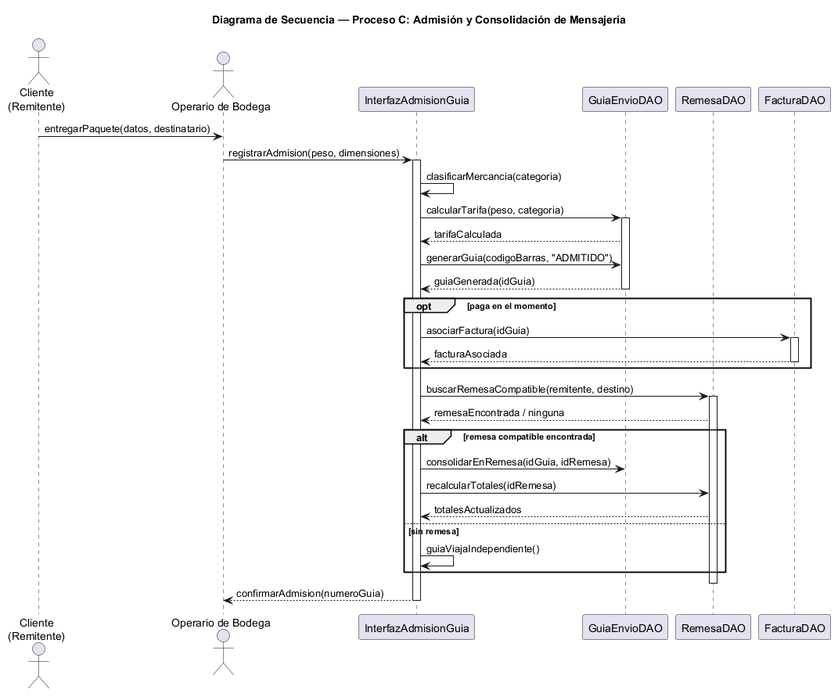
This is docs/parcial-primer-corte/diagramas/secuencia/secuencia_admision_mensajeria.png from SKing25/Copetran-, a PlantUML export, as it was before one commit.
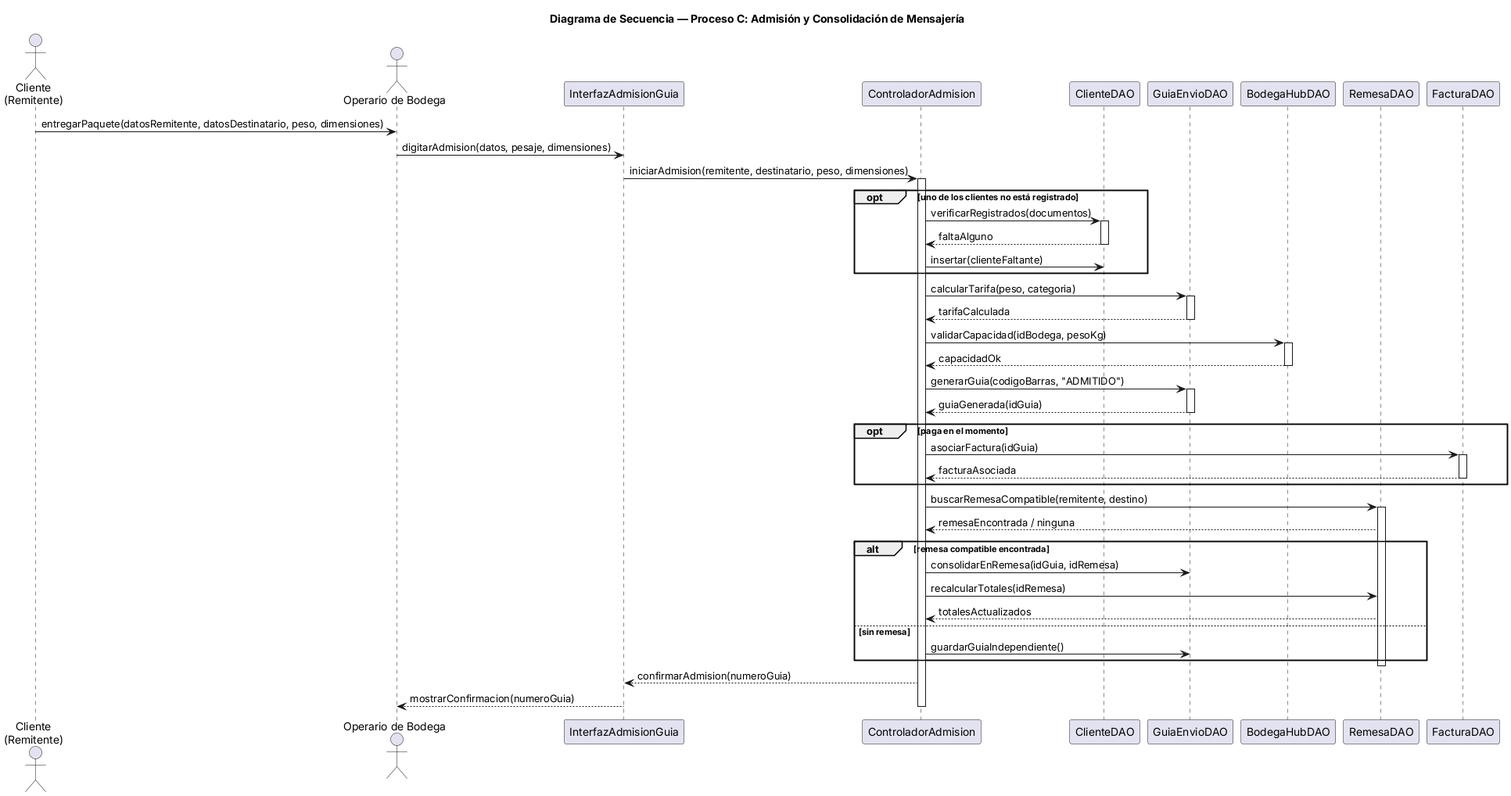
The same file after the commit.

The edit, as a diff of the source:
```diff
@@ -1,43 +1,63 @@
 @startuml secuencia_admision_mensajeria
-!pragma layout smetana
 title Diagrama de Secuencia — Proceso C: Admisión y Consolidación de Mensajería
 actor "Cliente\n(Remitente)" as Remitente
 actor "Operario de Bodega" as Operario
 participant "InterfazAdmisionGuia" as UI
+participant "ControladorAdmision" as Controlador
+participant "ClienteDAO" as ClienteDAO
 participant "GuiaEnvioDAO" as GuiaDAO
+participant "BodegaHubDAO" as BodegaDAO
 participant "RemesaDAO" as RemesaDAO
 participant "FacturaDAO" as FacturaDAO
 
-Remitente -> Operario : entregarPaquete(datos, destinatario)
-Operario -> UI : registrarAdmision(peso, dimensiones)
-activate UI
-UI -> UI : clasificarMercancia(categoria)
-UI -> GuiaDAO : calcularTarifa(peso, categoria)
+Remitente -> Operario : entregarPaquete(datosRemitente, datosDestinatario, peso, dimensiones)
+Operario -> UI : digitarAdmision(datos, pesaje, dimensiones)
+UI -> Controlador : iniciarAdmision(remitente, destinatario, peso, dimensiones)
+activate Controlador
+
+opt uno de los clientes no está registrado
+    Controlador -> ClienteDAO : verificarRegistrados(documentos)
+    activate ClienteDAO
+    ClienteDAO --> Controlador : faltaAlguno
+    deactivate ClienteDAO
+    Controlador -> ClienteDAO : insertar(clienteFaltante)
+end
+
+Controlador -> GuiaDAO : calcularTarifa(peso, categoria)
 activate GuiaDAO
-GuiaDAO --> UI : tarifaCalculada
-UI -> GuiaDAO : generarGuia(codigoBarras, "ADMITIDO")
-GuiaDAO --> UI : guiaGenerada(idGuia)
+GuiaDAO --> Controlador : tarifaCalculada
+deactivate GuiaDAO
+
+Controlador -> BodegaDAO : validarCapacidad(idBodega, pesoKg)
+activate BodegaDAO
+BodegaDAO --> Controlador : capacidadOk
+deactivate BodegaDAO
+
+Controlador -> GuiaDAO : generarGuia(codigoBarras, "ADMITIDO")
+activate GuiaDAO
+GuiaDAO --> Controlador : guiaGenerada(idGuia)
 deactivate GuiaDAO
 
 opt paga en el momento
-    UI -> FacturaDAO : asociarFactura(idGuia)
+    Controlador -> FacturaDAO : asociarFactura(idGuia)
     activate FacturaDAO
-    FacturaDAO --> UI : facturaAsociada
+    FacturaDAO --> Controlador : facturaAsociada
     deactivate FacturaDAO
 end
 
-UI -> RemesaDAO : buscarRemesaCompatible(remitente, destino)
+Controlador -> RemesaDAO : buscarRemesaCompatible(remitente, destino)
 activate RemesaDAO
-RemesaDAO --> UI : remesaEncontrada / ninguna
+RemesaDAO --> Controlador : remesaEncontrada / ninguna
 alt remesa compatible encontrada
-    UI -> GuiaDAO : consolidarEnRemesa(idGuia, idRemesa)
-    UI -> RemesaDAO : recalcularTotales(idRemesa)
-    RemesaDAO --> UI : totalesActualizados
+    Controlador -> GuiaDAO : consolidarEnRemesa(idGuia, idRemesa)
+    Controlador -> RemesaDAO : recalcularTotales(idRemesa)
+    RemesaDAO --> Controlador : totalesActualizados
 else sin remesa
-    UI -> UI : guiaViajaIndependiente()
+    Controlador -> GuiaDAO : guardarGuiaIndependiente()
 end
 deactivate RemesaDAO
 
-UI --> Operario : confirmarAdmision(numeroGuia)
-deactivate UI
+Controlador --> UI : confirmarAdmision(numeroGuia)
+UI --> Operario : mostrarConfirmacion(numeroGuia)
+deactivate Controlador
 @enduml
```
